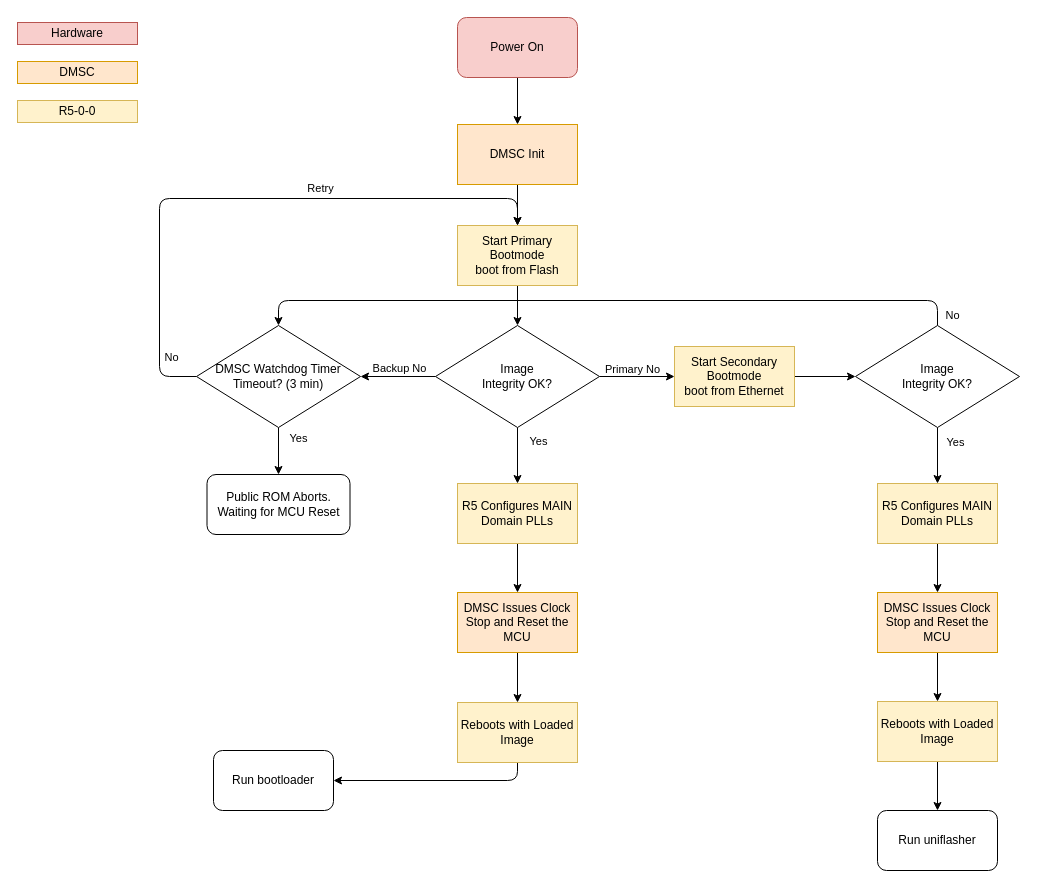
The draw.io diagram schematic/05-sw-flow-device-booting.drawio in petrkucerak/diplom-thesis, before the edit. Source tidied: cells renumbered, new cells numbered last; positions are measured from the earlier drawing's top-left corner, leaving out a move shared by most shapes. Both pictures are drawn from the tidied source at 100%, with x=0, y=0 at pixel (17, 17).
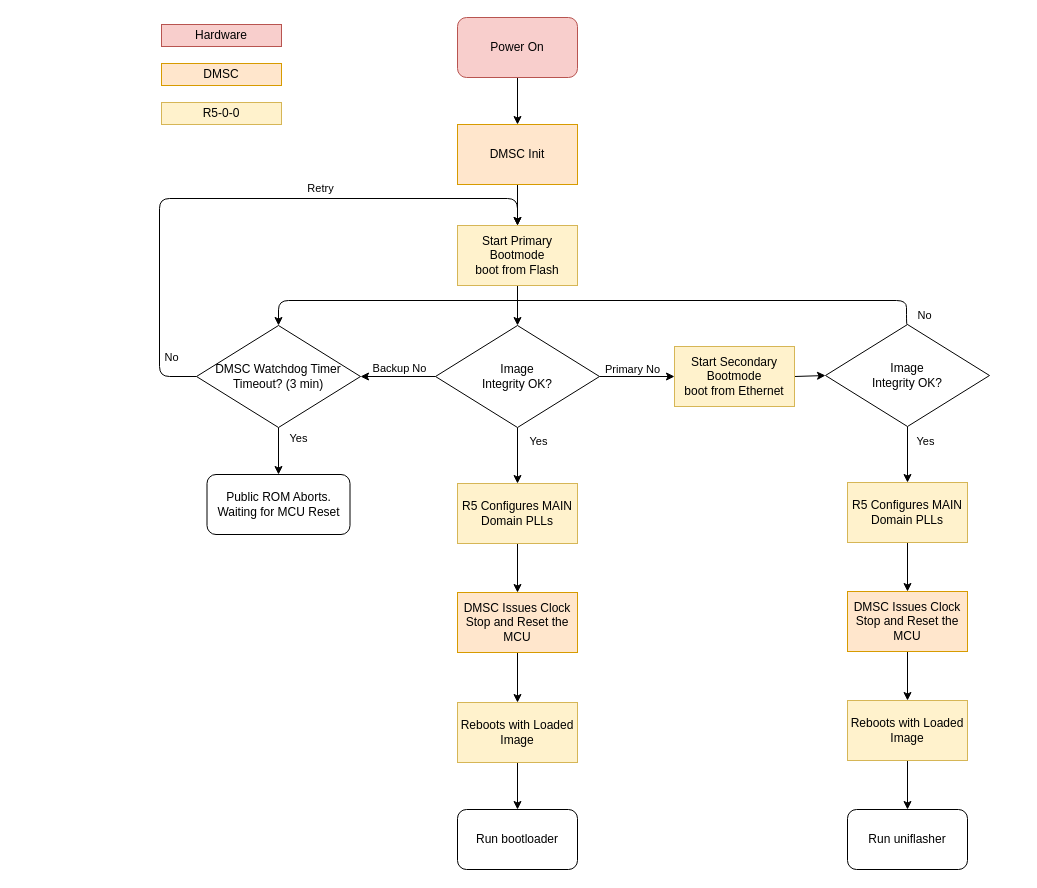
The same diagram, later.

Commit message (it also covers changes not shown here):
Optimize schematic readability

Unchanged cells that the change refers to:
```xml
<mxCell id="14" value="Reboots with Loaded Image" style="rounded=0;whiteSpace=wrap;html=1;fillColor=#fff2cc;strokeColor=#d6b656;" parent="1" vertex="1">
  <mxGeometry x="440" y="685" width="120" height="60" as="geometry" />
</mxCell>
<mxCell id="22" value="DMSC Watchdog Timer Timeout? (3 min)" style="rhombus;whiteSpace=wrap;html=1;" parent="1" vertex="1">
  <mxGeometry x="179" y="308" width="164" height="102" as="geometry" />
</mxCell>
```

What changed in the source:
```diff
@@
-    <mxCell id="13" style="edgeStyle=orthogonalEdgeStyle;html=1;exitX=0.5;exitY=1;exitDx=0;exitDy=0;entryX=1;entryY=0.5;entryDx=0;entryDy=0;" parent="1" edge="1" source="14" target="33">
+    <mxCell id="13" style="edgeStyle=none;html=1;exitX=0.5;exitY=1;exitDx=0;exitDy=0;" parent="1" edge="1" source="14" target="33">
       <mxGeometry relative="1" as="geometry" />
     </mxCell>
@@
     <mxCell id="23" style="edgeStyle=orthogonalEdgeStyle;html=1;exitX=0.5;exitY=0;exitDx=0;exitDy=0;entryX=0.5;entryY=0;entryDx=0;entryDy=0;" parent="1" edge="1" source="27" target="22">
       <mxGeometry relative="1" as="geometry">
         <Array as="points">
-          <mxPoint x="920" y="283" />
+          <mxPoint x="889" y="307" />
+          <mxPoint x="889" y="283" />
           <mxPoint x="261" y="283" />
         </Array>
       </mxGeometry>
     </mxCell>
@@
     <mxCell id="27" value="Image&lt;br&gt;Integrity OK?" style="rhombus;whiteSpace=wrap;html=1;" parent="1" vertex="1">
-      <mxGeometry x="838" y="308" width="164" height="102" as="geometry" />
+      <mxGeometry x="808" y="307" width="164" height="102" as="geometry" />
     </mxCell>
@@
     <mxCell id="33" value="Run bootloader" style="rounded=1;whiteSpace=wrap;html=1;" parent="1" vertex="1">
-      <mxGeometry x="196" y="733" width="120" height="60" as="geometry" />
+      <mxGeometry x="440" y="792" width="120" height="60" as="geometry" />
     </mxCell>
@@
     <mxCell id="35" value="DMSC Issues Clock Stop and Reset the MCU" style="rounded=0;whiteSpace=wrap;html=1;fillColor=#ffe6cc;strokeColor=#d79b00;" parent="1" vertex="1">
-      <mxGeometry x="860" y="575" width="120" height="60" as="geometry" />
+      <mxGeometry x="830" y="574" width="120" height="60" as="geometry" />
     </mxCell>
@@
     <mxCell id="37" value="Reboots with Loaded Image" style="rounded=0;whiteSpace=wrap;html=1;fillColor=#fff2cc;strokeColor=#d6b656;" parent="1" vertex="1">
-      <mxGeometry x="860" y="684" width="120" height="60" as="geometry" />
+      <mxGeometry x="830" y="683" width="120" height="60" as="geometry" />
     </mxCell>
     <mxCell id="38" value="Hardware" style="rounded=0;whiteSpace=wrap;html=1;fillColor=#f8cecc;strokeColor=#b85450;flipV=1;" parent="1" vertex="1">
-      <mxGeometry y="5" width="120" height="22" as="geometry" />
+      <mxGeometry x="144" y="7" width="120" height="22" as="geometry" />
     </mxCell>
     <mxCell id="39" value="DMSC" style="rounded=0;whiteSpace=wrap;html=1;fillColor=#ffe6cc;strokeColor=#d79b00;flipV=1;" parent="1" vertex="1">
-      <mxGeometry y="44" width="120" height="22" as="geometry" />
+      <mxGeometry x="144" y="46" width="120" height="22" as="geometry" />
     </mxCell>
     <mxCell id="40" value="R5-0-0" style="rounded=0;whiteSpace=wrap;html=1;fillColor=#fff2cc;strokeColor=#d6b656;flipV=1;" parent="1" vertex="1">
-      <mxGeometry y="83" width="120" height="22" as="geometry" />
+      <mxGeometry x="144" y="85" width="120" height="22" as="geometry" />
     </mxCell>
@@
     <mxCell id="44" value="&lt;span style=&quot;color: rgb(0, 0, 0);&quot;&gt;R5 Configures MAIN Domain PLLs&lt;/span&gt;" style="rounded=0;whiteSpace=wrap;html=1;fillColor=#fff2cc;strokeColor=#d6b656;" parent="1" vertex="1">
-      <mxGeometry x="860" y="466" width="120" height="60" as="geometry" />
+      <mxGeometry x="830" y="465" width="120" height="60" as="geometry" />
     </mxCell>
     <mxCell id="45" value="Run uniflasher" style="rounded=1;whiteSpace=wrap;html=1;" parent="1" vertex="1">
-      <mxGeometry x="860" y="793" width="120" height="60" as="geometry" />
+      <mxGeometry x="830" y="792" width="120" height="60" as="geometry" />
     </mxCell>
```
